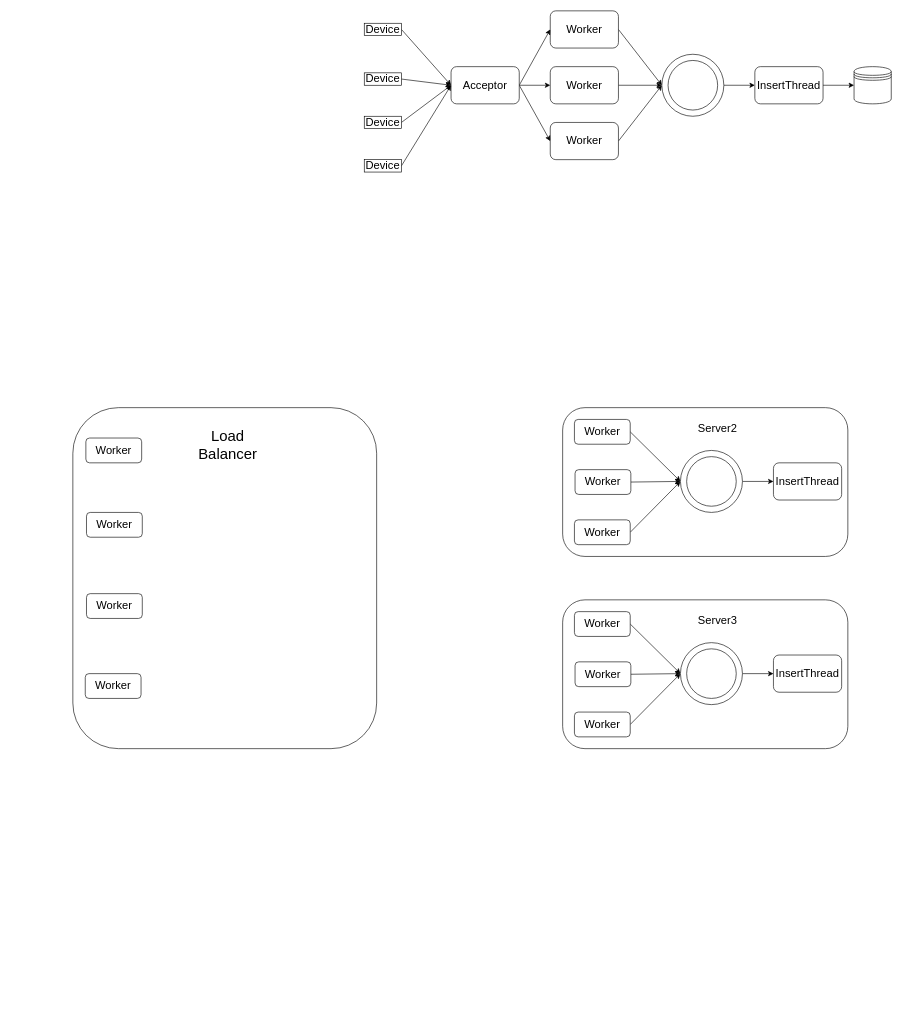
Earlier version of the draw.io diagram 未命名绘图.drawio (zhaoning999/notes). Source tidied: cells renumbered, new cells numbered last; positions are measured from the earlier drawing's top-left corner, leaving out a move shared by most shapes. Both pictures are drawn from the tidied source at 62%, with x=0, y=0 at pixel (73, 11).
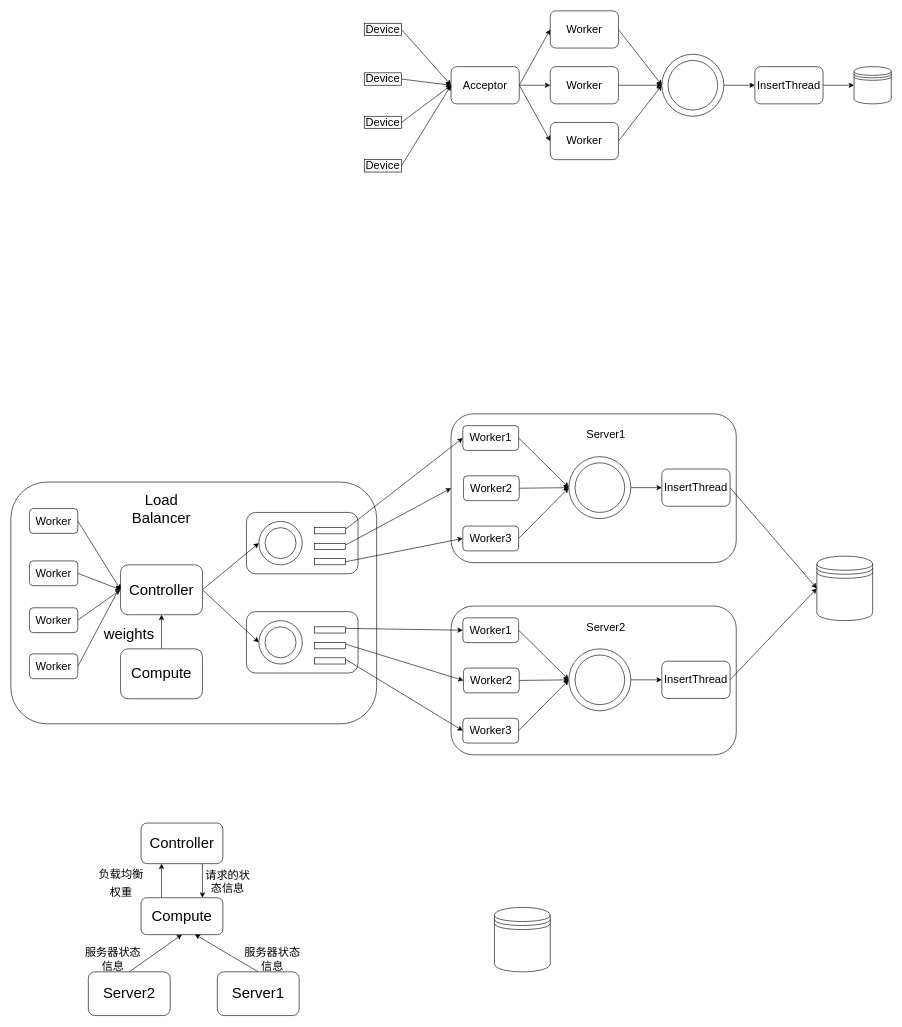
The same page after the edit.

Commit message (it also covers changes not shown here):
更新未命名绘图.drawio

Change to the diagram source:
```diff
@@
     <mxCell id="26" style="rounded=1;whiteSpace=wrap;html=1;fontSize=18;" parent="1" vertex="1">
-      <mxGeometry x="790" y="640" width="460" height="240" as="geometry" />
+      <mxGeometry x="610" y="650" width="460" height="240" as="geometry" />
     </mxCell>
@@
-    <mxCell id="28" value="&lt;font style=&quot;font-size: 18px;&quot;&gt;Worker&lt;/font&gt;" style="rounded=1;whiteSpace=wrap;html=1;" parent="1" vertex="1">
-      <mxGeometry x="809" y="659" width="90" height="40" as="geometry" />
+    <mxCell id="28" value="&lt;font style=&quot;font-size: 18px;&quot;&gt;Worker1&lt;/font&gt;" style="rounded=1;whiteSpace=wrap;html=1;" parent="1" vertex="1">
+      <mxGeometry x="629" y="669" width="90" height="40" as="geometry" />
     </mxCell>
@@
     <mxCell id="32" style="ellipse;whiteSpace=wrap;html=1;fontSize=18;" parent="1" vertex="1">
-      <mxGeometry x="980" y="709" width="100" height="100" as="geometry" />
+      <mxGeometry x="800" y="719" width="100" height="100" as="geometry" />
     </mxCell>
     <mxCell id="33" style="ellipse;whiteSpace=wrap;html=1;fontSize=18;" parent="1" vertex="1">
-      <mxGeometry x="990" y="719" width="80" height="80" as="geometry" />
+      <mxGeometry x="810" y="729" width="80" height="80" as="geometry" />
     </mxCell>
+    <mxCell id="56" style="edgeStyle=none;rounded=0;jettySize=auto;html=1;exitX=1;exitY=0.5;exitDx=0;exitDy=0;entryX=0;entryY=0.5;entryDx=0;entryDy=0;fontSize=24;" parent="1" edge="1" source="34" target="83">
+      <mxGeometry relative="1" as="geometry" />
+    </mxCell>
     <mxCell id="34" value="&lt;font style=&quot;font-size: 18px;&quot;&gt;InsertThread&lt;/font&gt;" style="rounded=1;whiteSpace=wrap;html=1;" parent="1" vertex="1">
-      <mxGeometry x="1130" y="729" width="110" height="60" as="geometry" />
+      <mxGeometry x="950" y="739" width="110" height="60" as="geometry" />
     </mxCell>
-    <mxCell id="35" value="&lt;font style=&quot;font-size: 18px;&quot;&gt;Worker&lt;/font&gt;" style="rounded=1;whiteSpace=wrap;html=1;" parent="1" vertex="1">
-      <mxGeometry x="810" y="740" width="90" height="40" as="geometry" />
+    <mxCell id="35" value="&lt;font style=&quot;font-size: 18px;&quot;&gt;Worker2&lt;/font&gt;" style="rounded=1;whiteSpace=wrap;html=1;" parent="1" vertex="1">
+      <mxGeometry x="630" y="750" width="90" height="40" as="geometry" />
     </mxCell>
-    <mxCell id="36" value="&lt;font style=&quot;font-size: 18px;&quot;&gt;Worker&lt;/font&gt;" style="rounded=1;whiteSpace=wrap;html=1;" parent="1" vertex="1">
-      <mxGeometry x="809" y="821" width="90" height="40" as="geometry" />
+    <mxCell id="36" value="&lt;font style=&quot;font-size: 18px;&quot;&gt;Worker3&lt;/font&gt;" style="rounded=1;whiteSpace=wrap;html=1;" parent="1" vertex="1">
+      <mxGeometry x="629" y="831" width="90" height="40" as="geometry" />
     </mxCell>
-    <mxCell id="37" value="Server2" style="text;html=1;strokeColor=none;fillColor=none;align=center;verticalAlign=middle;whiteSpace=wrap;rounded=0;fontSize=18;" parent="1" vertex="1">
-      <mxGeometry x="1010" y="659" width="60" height="30" as="geometry" />
+    <mxCell id="37" value="Server1" style="text;html=1;strokeColor=none;fillColor=none;align=center;verticalAlign=middle;whiteSpace=wrap;rounded=0;fontSize=18;" parent="1" vertex="1">
+      <mxGeometry x="830" y="669" width="60" height="30" as="geometry" />
     </mxCell>
     <mxCell id="38" style="rounded=1;whiteSpace=wrap;html=1;fontSize=18;" parent="1" vertex="1">
-      <mxGeometry x="790" y="950" width="460" height="240" as="geometry" />
+      <mxGeometry x="610" y="960" width="460" height="240" as="geometry" />
     </mxCell>
@@
-    <mxCell id="40" value="&lt;font style=&quot;font-size: 18px;&quot;&gt;Worker&lt;/font&gt;" style="rounded=1;whiteSpace=wrap;html=1;" parent="1" vertex="1">
-      <mxGeometry x="809" y="969" width="90" height="40" as="geometry" />
+    <mxCell id="40" value="&lt;font style=&quot;font-size: 18px;&quot;&gt;Worker1&lt;/font&gt;" style="rounded=1;whiteSpace=wrap;html=1;" parent="1" vertex="1">
+      <mxGeometry x="629" y="979" width="90" height="40" as="geometry" />
     </mxCell>
@@
     <mxCell id="44" style="ellipse;whiteSpace=wrap;html=1;fontSize=18;" parent="1" vertex="1">
-      <mxGeometry x="980" y="1019" width="100" height="100" as="geometry" />
+      <mxGeometry x="800" y="1029" width="100" height="100" as="geometry" />
     </mxCell>
     <mxCell id="45" style="ellipse;whiteSpace=wrap;html=1;fontSize=18;" parent="1" vertex="1">
-      <mxGeometry x="990" y="1029" width="80" height="80" as="geometry" />
+      <mxGeometry x="810" y="1039" width="80" height="80" as="geometry" />
     </mxCell>
+    <mxCell id="57" style="edgeStyle=none;rounded=0;jettySize=auto;html=1;exitX=1;exitY=0.5;exitDx=0;exitDy=0;entryX=0;entryY=0.5;entryDx=0;entryDy=0;fontSize=24;" parent="1" edge="1" source="46" target="83">
+      <mxGeometry relative="1" as="geometry" />
+    </mxCell>
     <mxCell id="46" value="&lt;font style=&quot;font-size: 18px;&quot;&gt;InsertThread&lt;/font&gt;" style="rounded=1;whiteSpace=wrap;html=1;" parent="1" vertex="1">
-      <mxGeometry x="1130" y="1039" width="110" height="60" as="geometry" />
+      <mxGeometry x="950" y="1049" width="110" height="60" as="geometry" />
     </mxCell>
-    <mxCell id="47" value="&lt;font style=&quot;font-size: 18px;&quot;&gt;Worker&lt;/font&gt;" style="rounded=1;whiteSpace=wrap;html=1;" parent="1" vertex="1">
-      <mxGeometry x="810" y="1050" width="90" height="40" as="geometry" />
+    <mxCell id="47" value="&lt;font style=&quot;font-size: 18px;&quot;&gt;Worker2&lt;/font&gt;" style="rounded=1;whiteSpace=wrap;html=1;" parent="1" vertex="1">
+      <mxGeometry x="630" y="1060" width="90" height="40" as="geometry" />
     </mxCell>
-    <mxCell id="48" value="&lt;font style=&quot;font-size: 18px;&quot;&gt;Worker&lt;/font&gt;" style="rounded=1;whiteSpace=wrap;html=1;" parent="1" vertex="1">
-      <mxGeometry x="809" y="1131" width="90" height="40" as="geometry" />
+    <mxCell id="48" value="&lt;font style=&quot;font-size: 18px;&quot;&gt;Worker3&lt;/font&gt;" style="rounded=1;whiteSpace=wrap;html=1;" parent="1" vertex="1">
+      <mxGeometry x="629" y="1141" width="90" height="40" as="geometry" />
     </mxCell>
-    <mxCell id="49" value="Server3" style="text;html=1;strokeColor=none;fillColor=none;align=center;verticalAlign=middle;whiteSpace=wrap;rounded=0;fontSize=18;" parent="1" vertex="1">
-      <mxGeometry x="1010" y="969" width="60" height="30" as="geometry" />
+    <mxCell id="49" value="Server2" style="text;html=1;strokeColor=none;fillColor=none;align=center;verticalAlign=middle;whiteSpace=wrap;rounded=0;fontSize=18;" parent="1" vertex="1">
+      <mxGeometry x="830" y="979" width="60" height="30" as="geometry" />
     </mxCell>
     <mxCell id="50" style="rounded=1;whiteSpace=wrap;html=1;fontSize=18;" parent="1" vertex="1">
-      <mxGeometry y="640" width="490" height="550" as="geometry" />
+      <mxGeometry x="-100" y="760" width="590" height="390" as="geometry" />
     </mxCell>
+    <mxCell id="58" style="edgeStyle=none;rounded=0;jettySize=auto;html=1;exitX=1;exitY=0.5;exitDx=0;exitDy=0;entryX=0;entryY=0.5;entryDx=0;entryDy=0;fontSize=24;" parent="1" edge="1" source="51" target="82">
+      <mxGeometry relative="1" as="geometry" />
+    </mxCell>
     <mxCell id="51" value="&lt;font style=&quot;font-size: 18px;&quot;&gt;Worker&lt;/font&gt;" style="rounded=1;whiteSpace=wrap;html=1;" parent="1" vertex="1">
-      <mxGeometry x="22" y="809" width="90" height="40" as="geometry" />
+      <mxGeometry x="-70" y="887.2" width="78" height="40" as="geometry" />
     </mxCell>
+    <mxCell id="59" style="edgeStyle=none;rounded=0;jettySize=auto;html=1;exitX=1;exitY=0.5;exitDx=0;exitDy=0;fontSize=24;entryX=0;entryY=0.5;entryDx=0;entryDy=0;" parent="1" edge="1" source="52" target="82">
+      <mxGeometry relative="1" as="geometry" />
+    </mxCell>
     <mxCell id="52" value="&lt;font style=&quot;font-size: 18px;&quot;&gt;Worker&lt;/font&gt;" style="rounded=1;whiteSpace=wrap;html=1;" parent="1" vertex="1">
-      <mxGeometry x="22" y="940" width="90" height="40" as="geometry" />
+      <mxGeometry x="-70" y="962.8" width="78" height="40" as="geometry" />
     </mxCell>
+    <mxCell id="60" style="edgeStyle=none;rounded=0;jettySize=auto;html=1;exitX=1;exitY=0.5;exitDx=0;exitDy=0;entryX=0.011;entryY=0.386;entryDx=0;entryDy=0;entryPerimeter=0;fontSize=24;" parent="1" edge="1" source="53" target="82">
+      <mxGeometry relative="1" as="geometry" />
+    </mxCell>
     <mxCell id="53" value="&lt;font style=&quot;font-size: 18px;&quot;&gt;Worker&lt;/font&gt;" style="rounded=1;whiteSpace=wrap;html=1;" parent="1" vertex="1">
-      <mxGeometry x="20" y="1069" width="90" height="40" as="geometry" />
+      <mxGeometry x="-70" y="1037.2" width="78" height="40" as="geometry" />
     </mxCell>
     <mxCell id="54" value="&lt;font style=&quot;font-size: 24px;&quot;&gt;Load Balancer&lt;/font&gt;" style="text;html=1;strokeColor=none;fillColor=none;align=center;verticalAlign=middle;whiteSpace=wrap;rounded=0;fontSize=18;" parent="1" vertex="1">
-      <mxGeometry x="220" y="680" width="60" height="40" as="geometry" />
+      <mxGeometry x="113" y="783.5" width="60" height="40" as="geometry" />
     </mxCell>
+    <mxCell id="61" style="edgeStyle=none;rounded=0;jettySize=auto;html=1;exitX=1;exitY=0.5;exitDx=0;exitDy=0;entryX=0;entryY=0.5;entryDx=0;entryDy=0;fontSize=24;" parent="1" edge="1" source="55" target="82">
+      <mxGeometry relative="1" as="geometry" />
+    </mxCell>
     <mxCell id="55" value="&lt;font style=&quot;font-size: 18px;&quot;&gt;Worker&lt;/font&gt;" style="rounded=1;whiteSpace=wrap;html=1;" parent="1" vertex="1">
-      <mxGeometry x="21" y="689" width="90" height="40" as="geometry" />
+      <mxGeometry x="-70" y="802.8" width="78" height="40" as="geometry" />
     </mxCell>
+    <mxCell id="62" style="rounded=1;whiteSpace=wrap;html=1;fontSize=24;" parent="1" vertex="1">
+      <mxGeometry x="280" y="809" width="180" height="99" as="geometry" />
+    </mxCell>
+    <mxCell id="63" style="ellipse;whiteSpace=wrap;html=1;fontSize=18;" parent="1" vertex="1">
+      <mxGeometry x="300" y="823.5" width="70" height="70" as="geometry" />
+    </mxCell>
+    <mxCell id="64" style="ellipse;whiteSpace=wrap;html=1;fontSize=18;" parent="1" vertex="1">
+      <mxGeometry x="310" y="833.5" width="50" height="50" as="geometry" />
+    </mxCell>
+    <mxCell id="65" style="edgeStyle=none;rounded=0;jettySize=auto;html=1;exitX=1;exitY=0.25;exitDx=0;exitDy=0;entryX=0;entryY=0.5;entryDx=0;entryDy=0;fontSize=24;" parent="1" edge="1" source="66" target="28">
+      <mxGeometry relative="1" as="geometry" />
+    </mxCell>
+    <mxCell id="66" style="rounded=0;whiteSpace=wrap;html=1;fontSize=24;" parent="1" vertex="1">
+      <mxGeometry x="390" y="833.5" width="50" height="10" as="geometry" />
+    </mxCell>
+    <mxCell id="67" style="edgeStyle=none;rounded=0;jettySize=auto;html=1;exitX=1;exitY=0.25;exitDx=0;exitDy=0;entryX=0;entryY=0.5;entryDx=0;entryDy=0;fontSize=24;" parent="1" edge="1" source="68" target="26">
+      <mxGeometry relative="1" as="geometry" />
+    </mxCell>
+    <mxCell id="68" style="rounded=0;whiteSpace=wrap;html=1;fontSize=24;" parent="1" vertex="1">
+      <mxGeometry x="390" y="859" width="50" height="10" as="geometry" />
+    </mxCell>
+    <mxCell id="69" style="edgeStyle=none;rounded=0;jettySize=auto;html=1;exitX=1;exitY=0.5;exitDx=0;exitDy=0;entryX=0;entryY=0.5;entryDx=0;entryDy=0;fontSize=24;" parent="1" edge="1" source="70" target="36">
+      <mxGeometry relative="1" as="geometry" />
+    </mxCell>
+    <mxCell id="70" style="rounded=0;whiteSpace=wrap;html=1;fontSize=24;" parent="1" vertex="1">
+      <mxGeometry x="390" y="883.5" width="50" height="10" as="geometry" />
+    </mxCell>
+    <mxCell id="71" style="rounded=1;whiteSpace=wrap;html=1;fontSize=24;" parent="1" vertex="1">
+      <mxGeometry x="280" y="969" width="180" height="99" as="geometry" />
+    </mxCell>
+    <mxCell id="72" style="ellipse;whiteSpace=wrap;html=1;fontSize=18;" parent="1" vertex="1">
+      <mxGeometry x="300" y="983.5" width="70" height="70" as="geometry" />
+    </mxCell>
+    <mxCell id="73" style="ellipse;whiteSpace=wrap;html=1;fontSize=18;" parent="1" vertex="1">
+      <mxGeometry x="310" y="993.5" width="50" height="50" as="geometry" />
+    </mxCell>
+    <mxCell id="74" style="edgeStyle=none;rounded=0;jettySize=auto;html=1;exitX=1;exitY=0.25;exitDx=0;exitDy=0;entryX=0;entryY=0.5;entryDx=0;entryDy=0;fontSize=24;" parent="1" edge="1" source="75" target="40">
+      <mxGeometry relative="1" as="geometry" />
+    </mxCell>
+    <mxCell id="75" style="rounded=0;whiteSpace=wrap;html=1;fontSize=24;" parent="1" vertex="1">
+      <mxGeometry x="390" y="993.5" width="50" height="10" as="geometry" />
+    </mxCell>
+    <mxCell id="76" style="edgeStyle=none;rounded=0;jettySize=auto;html=1;exitX=1;exitY=0.25;exitDx=0;exitDy=0;entryX=0;entryY=0.5;entryDx=0;entryDy=0;fontSize=24;" parent="1" edge="1" source="77" target="47">
+      <mxGeometry relative="1" as="geometry" />
+    </mxCell>
+    <mxCell id="77" style="rounded=0;whiteSpace=wrap;html=1;fontSize=24;" parent="1" vertex="1">
+      <mxGeometry x="390" y="1019" width="50" height="10" as="geometry" />
+    </mxCell>
+    <mxCell id="78" style="edgeStyle=none;rounded=0;jettySize=auto;html=1;exitX=1;exitY=0.25;exitDx=0;exitDy=0;entryX=0;entryY=0.5;entryDx=0;entryDy=0;fontSize=24;" parent="1" edge="1" source="79" target="48">
+      <mxGeometry relative="1" as="geometry" />
+    </mxCell>
+    <mxCell id="79" style="rounded=0;whiteSpace=wrap;html=1;fontSize=24;" parent="1" vertex="1">
+      <mxGeometry x="390" y="1043.5" width="50" height="10" as="geometry" />
+    </mxCell>
+    <mxCell id="80" style="edgeStyle=none;rounded=0;jettySize=auto;html=1;exitX=1;exitY=0.5;exitDx=0;exitDy=0;entryX=0;entryY=0.5;entryDx=0;entryDy=0;fontSize=24;" parent="1" edge="1" source="82" target="63">
+      <mxGeometry relative="1" as="geometry" />
+    </mxCell>
+    <mxCell id="81" style="edgeStyle=none;rounded=0;jettySize=auto;html=1;exitX=1;exitY=0.5;exitDx=0;exitDy=0;entryX=0;entryY=0.5;entryDx=0;entryDy=0;fontSize=24;" parent="1" edge="1" source="82" target="72">
+      <mxGeometry relative="1" as="geometry" />
+    </mxCell>
+    <mxCell id="82" value="Controller" style="rounded=1;whiteSpace=wrap;html=1;fontSize=24;" parent="1" vertex="1">
+      <mxGeometry x="77" y="893.5" width="132" height="80.5" as="geometry" />
+    </mxCell>
+    <mxCell id="83" style="shape=datastore;whiteSpace=wrap;html=1;fontSize=18;" parent="1" vertex="1">
+      <mxGeometry x="1200" y="879.5" width="90" height="104" as="geometry" />
+    </mxCell>
+    <mxCell id="84" style="edgeStyle=none;rounded=0;jettySize=auto;html=1;exitX=0.5;exitY=0;exitDx=0;exitDy=0;entryX=0.5;entryY=1;entryDx=0;entryDy=0;fontSize=24;" parent="1" edge="1" source="85" target="82">
+      <mxGeometry relative="1" as="geometry" />
+    </mxCell>
+    <mxCell id="85" value="Compute" style="rounded=1;whiteSpace=wrap;html=1;fontSize=24;" parent="1" vertex="1">
+      <mxGeometry x="77" y="1029" width="132" height="80.5" as="geometry" />
+    </mxCell>
+    <mxCell id="86" value="&lt;font style=&quot;font-size: 24px;&quot;&gt;weights&lt;/font&gt;" style="text;html=1;strokeColor=none;fillColor=none;align=center;verticalAlign=middle;whiteSpace=wrap;rounded=0;fontSize=24;" parent="1" vertex="1">
+      <mxGeometry x="61" y="993.5" width="60" height="22" as="geometry" />
+    </mxCell>
+    <mxCell id="87" style="edgeStyle=none;rounded=0;jettySize=auto;html=1;exitX=0.25;exitY=0;exitDx=0;exitDy=0;entryX=0.25;entryY=1;entryDx=0;entryDy=0;fontSize=24;" parent="1" edge="1" source="90" target="89">
+      <mxGeometry relative="1" as="geometry" />
+    </mxCell>
+    <mxCell id="88" style="edgeStyle=none;rounded=0;jettySize=auto;html=1;exitX=0.75;exitY=1;exitDx=0;exitDy=0;entryX=0.75;entryY=0;entryDx=0;entryDy=0;fontSize=14;" parent="1" edge="1" source="89" target="90">
+      <mxGeometry relative="1" as="geometry" />
+    </mxCell>
+    <mxCell id="89" value="Controller" style="rounded=1;whiteSpace=wrap;html=1;fontSize=24;" parent="1" vertex="1">
+      <mxGeometry x="110" y="1310" width="132" height="65.5" as="geometry" />
+    </mxCell>
+    <mxCell id="90" value="Compute" style="rounded=1;whiteSpace=wrap;html=1;fontSize=24;" parent="1" vertex="1">
+      <mxGeometry x="110" y="1430.5" width="132" height="59.5" as="geometry" />
+    </mxCell>
+    <mxCell id="91" value="&lt;font style=&quot;font-size: 18px;&quot;&gt;负载均衡权重&lt;/font&gt;" style="text;html=1;strokeColor=none;fillColor=none;align=center;verticalAlign=middle;whiteSpace=wrap;rounded=0;fontSize=24;" parent="1" vertex="1">
+      <mxGeometry x="37" y="1389.5" width="82" height="30.5" as="geometry" />
+    </mxCell>
+    <mxCell id="92" value="&lt;font style=&quot;font-size: 18px;&quot;&gt;请求的状态信息&lt;/font&gt;" style="text;html=1;strokeColor=none;fillColor=none;align=center;verticalAlign=middle;whiteSpace=wrap;rounded=0;fontSize=14;" parent="1" vertex="1">
+      <mxGeometry x="210" y="1389.5" width="80" height="30" as="geometry" />
+    </mxCell>
+    <mxCell id="93" style="edgeStyle=none;rounded=0;jettySize=auto;html=1;exitX=0.5;exitY=0;exitDx=0;exitDy=0;entryX=0.5;entryY=1;entryDx=0;entryDy=0;fontSize=14;" parent="1" edge="1" source="94" target="90">
+      <mxGeometry relative="1" as="geometry" />
+    </mxCell>
+    <mxCell id="94" value="Server2" style="rounded=1;whiteSpace=wrap;html=1;fontSize=24;" parent="1" vertex="1">
+      <mxGeometry x="25" y="1550" width="132" height="70.5" as="geometry" />
+    </mxCell>
+    <mxCell id="95" style="edgeStyle=none;rounded=0;jettySize=auto;html=1;exitX=0.5;exitY=0;exitDx=0;exitDy=0;fontSize=14;entryX=0.657;entryY=0.993;entryDx=0;entryDy=0;entryPerimeter=0;" parent="1" edge="1" source="96" target="90">
+      <mxGeometry relative="1" as="geometry" />
+    </mxCell>
+    <mxCell id="96" value="Server1" style="rounded=1;whiteSpace=wrap;html=1;fontSize=24;" parent="1" vertex="1">
+      <mxGeometry x="233" y="1550" width="132" height="70.5" as="geometry" />
+    </mxCell>
+    <mxCell id="97" value="&lt;font style=&quot;font-size: 18px;&quot;&gt;服务器状态信息&lt;/font&gt;" style="text;html=1;strokeColor=none;fillColor=none;align=center;verticalAlign=middle;whiteSpace=wrap;rounded=0;fontSize=14;" parent="1" vertex="1">
+      <mxGeometry x="274" y="1510" width="96" height="40" as="geometry" />
+    </mxCell>
+    <mxCell id="98" value="&lt;font style=&quot;font-size: 18px;&quot;&gt;服务器状态信息&lt;/font&gt;" style="text;html=1;strokeColor=none;fillColor=none;align=center;verticalAlign=middle;whiteSpace=wrap;rounded=0;fontSize=14;" parent="1" vertex="1">
+      <mxGeometry x="17" y="1510" width="96" height="40" as="geometry" />
+    </mxCell>
+    <mxCell id="99" style="shape=datastore;whiteSpace=wrap;html=1;fontSize=18;" parent="1" vertex="1">
+      <mxGeometry x="680" y="1446" width="90" height="104" as="geometry" />
+    </mxCell>
```
